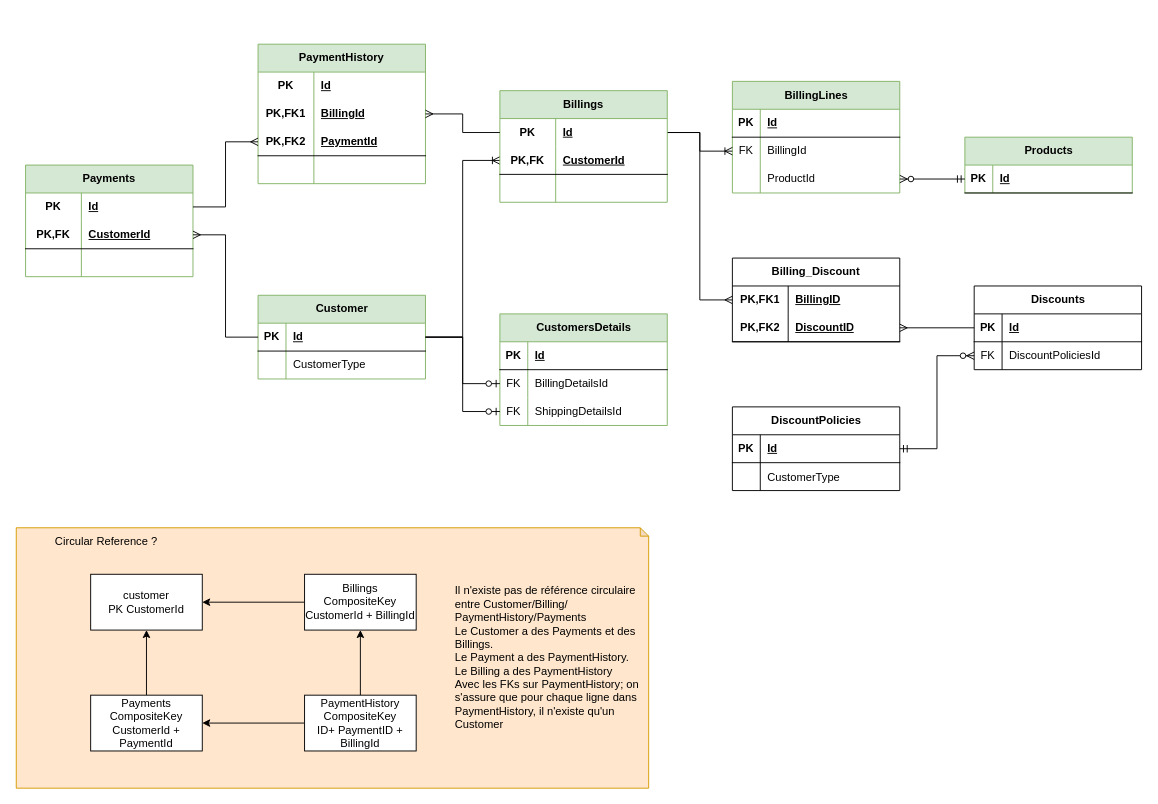
The draw.io diagram page "ERD" (2 of 7) of src/Diagrammes.drawio in Scholastien/MyApp, before the edit. Source tidied: cells renumbered, new cells numbered last; positions are measured from the earlier drawing's top-left corner, leaving out a move shared by most shapes. Both pictures are drawn from the tidied source at 93%, with x=0, y=0 at pixel (16, 44).
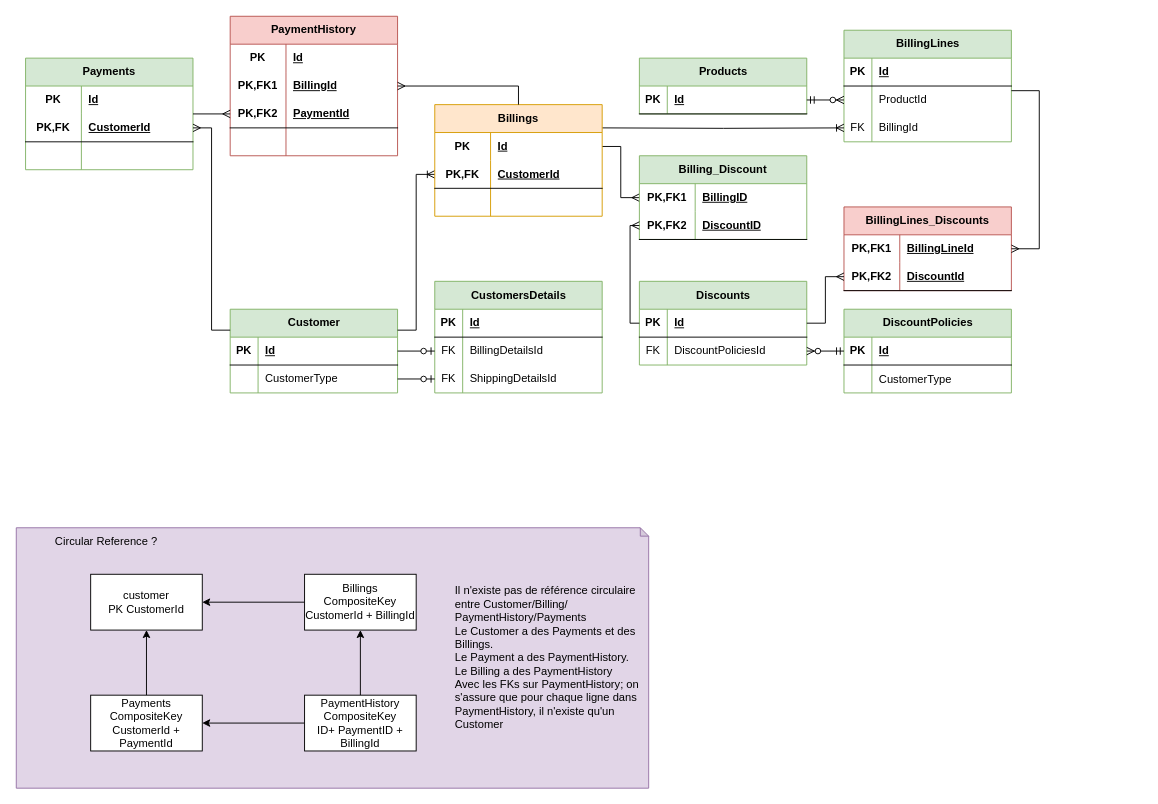
The same page after the edit.

The change refers to these unchanged cells:
```xml
<mxCell id="4" style="shape=tableRow;horizontal=0;startSize=0;swimlaneHead=0;swimlaneBody=0;fillColor=none;points=[[0,0.5],[1,0.5]];portConstraint=eastwest;top=0;left=0;right=0;bottom=1;" parent="3" vertex="1">
  <mxGeometry y="30" width="180" height="30" as="geometry" />
</mxCell>
<mxCell id="7" style="shape=tableRow;horizontal=0;startSize=0;swimlaneHead=0;swimlaneBody=0;fillColor=none;points=[[0,0.5],[1,0.5]];portConstraint=eastwest;top=0;left=0;right=0;bottom=0;" parent="3" vertex="1">
  <mxGeometry y="60" width="180" height="30" as="geometry" />
</mxCell>
<mxCell id="17" style="shape=tableRow;horizontal=0;startSize=0;swimlaneHead=0;swimlaneBody=0;fillColor=none;points=[[0,0.5],[1,0.5]];portConstraint=eastwest;top=0;left=0;right=0;bottom=0;" parent="10" vertex="1">
  <mxGeometry y="90" width="180" height="30" as="geometry" />
</mxCell>
<mxCell id="39" style="shape=tableRow;horizontal=0;startSize=0;swimlaneHead=0;swimlaneBody=0;fillColor=none;points=[[0,0.5],[1,0.5]];portConstraint=eastwest;top=0;left=0;right=0;bottom=1;" parent="38" vertex="1">
  <mxGeometry y="30" width="180" height="30" as="geometry" />
</mxCell>
<mxCell id="58" style="shape=tableRow;horizontal=0;startSize=0;swimlaneHead=0;swimlaneBody=0;fillColor=none;points=[[0,0.5],[1,0.5]];portConstraint=eastwest;top=0;left=0;right=0;bottom=1;html=1;" parent="54" vertex="1">
  <mxGeometry y="60" width="180" height="30" as="geometry" />
</mxCell>
<mxCell id="74" style="shape=tableRow;horizontal=0;startSize=0;swimlaneHead=0;swimlaneBody=0;fillColor=none;points=[[0,0.5],[1,0.5]];portConstraint=eastwest;top=0;left=0;right=0;bottom=0;html=1;" parent="73" vertex="1">
  <mxGeometry y="30" width="180" height="30" as="geometry" />
</mxCell>
<mxCell id="77" style="shape=tableRow;horizontal=0;startSize=0;swimlaneHead=0;swimlaneBody=0;fillColor=none;points=[[0,0.5],[1,0.5]];portConstraint=eastwest;top=0;left=0;right=0;bottom=1;html=1;" parent="73" vertex="1">
  <mxGeometry y="60" width="180" height="30" as="geometry" />
</mxCell>
<mxCell id="87" style="shape=tableRow;horizontal=0;startSize=0;swimlaneHead=0;swimlaneBody=0;fillColor=none;points=[[0,0.5],[1,0.5]];portConstraint=eastwest;top=0;left=0;right=0;bottom=0;html=1;" parent="83" vertex="1">
  <mxGeometry y="60" width="180" height="30" as="geometry" />
</mxCell>
<mxCell id="90" style="shape=tableRow;horizontal=0;startSize=0;swimlaneHead=0;swimlaneBody=0;fillColor=none;points=[[0,0.5],[1,0.5]];portConstraint=eastwest;top=0;left=0;right=0;bottom=1;html=1;" parent="83" vertex="1">
  <mxGeometry y="90" width="180" height="30" as="geometry" />
</mxCell>
<mxCell id="97" style="shape=tableRow;horizontal=0;startSize=0;swimlaneHead=0;swimlaneBody=0;fillColor=none;points=[[0,0.5],[1,0.5]];portConstraint=eastwest;top=0;left=0;right=0;bottom=0;html=1;" parent="96" vertex="1">
  <mxGeometry y="30" width="180" height="30" as="geometry" />
</mxCell>
<mxCell id="100" style="shape=tableRow;horizontal=0;startSize=0;swimlaneHead=0;swimlaneBody=0;fillColor=none;points=[[0,0.5],[1,0.5]];portConstraint=eastwest;top=0;left=0;right=0;bottom=1;html=1;" parent="96" vertex="1">
  <mxGeometry y="60" width="180" height="30" as="geometry" />
</mxCell>
```

What changed in the source:
```diff
@@
-    <mxCell id="2" style="shape=note;whiteSpace=wrap;html=1;backgroundOutline=1;darkOpacity=0.05;size=9;align=left;fillColor=#ffe6cc;strokeColor=#d79b00;" parent="1" vertex="1">
+    <mxCell id="2" style="shape=note;whiteSpace=wrap;html=1;backgroundOutline=1;darkOpacity=0.05;size=9;align=left;fillColor=#e1d5e7;strokeColor=#9673a6;" parent="1" vertex="1">
       <mxGeometry y="520" width="680" height="280" as="geometry" />
     </mxCell>
     <mxCell id="3" value="Customer" style="shape=table;startSize=30;childLayout=tableLayout;rowLines=0;fontStyle=1;align=center;html=1;fillColor=#d5e8d4;strokeColor=#82b366;" parent="1" vertex="1">
-      <mxGeometry x="260" y="270" width="180" height="90" as="geometry" />
+      <mxGeometry x="230" y="285" width="180" height="90" as="geometry" />
     </mxCell>
@@
     <mxCell id="10" value="CustomersDetails" style="shape=table;startSize=30;childLayout=tableLayout;rowLines=0;fontStyle=1;align=center;html=1;fillColor=#d5e8d4;strokeColor=#82b366;" parent="1" vertex="1">
-      <mxGeometry x="520" y="290" width="180" height="120" as="geometry" />
+      <mxGeometry x="450" y="255" width="180" height="120" as="geometry" />
     </mxCell>
@@
-    <mxCell id="21" style="edgeStyle=orthogonalEdgeStyle;fontSize=12;html=1;endArrow=ERzeroToOne;endFill=1;rounded=0;entryX=0;entryY=0.5;entryDx=0;entryDy=0;exitX=1;exitY=0.5;exitDx=0;exitDy=0;" parent="1" edge="1" source="4" target="17">
+    <mxCell id="21" style="edgeStyle=orthogonalEdgeStyle;fontSize=12;html=1;endArrow=ERzeroToOne;endFill=1;rounded=0;entryX=0;entryY=0.5;entryDx=0;entryDy=0;exitX=1;exitY=0.5;exitDx=0;exitDy=0;" parent="1" edge="1" source="7" target="17">
       <mxGeometry relative="1" as="geometry" />
     </mxCell>
-    <mxCell id="22" style="edgeStyle=orthogonalEdgeStyle;fontSize=12;html=1;endArrow=ERoneToMany;rounded=0;exitX=1;exitY=0.5;exitDx=0;exitDy=0;elbow=vertical;" parent="1" edge="1" source="4" target="77">
+    <mxCell id="22" style="fontSize=12;html=1;endArrow=ERoneToMany;rounded=0;elbow=vertical;entryX=0;entryY=0.5;entryDx=0;entryDy=0;edgeStyle=orthogonalEdgeStyle;exitX=1;exitY=0.25;exitDx=0;exitDy=0;" parent="1" edge="1" source="3" target="77">
       <mxGeometry relative="1" as="geometry" />
     </mxCell>
     <mxCell id="23" value="BillingLines" style="shape=table;startSize=30;childLayout=tableLayout;rowLines=0;fontStyle=1;align=center;html=1;fillColor=#d5e8d4;strokeColor=#82b366;" parent="1" vertex="1">
-      <mxGeometry x="770" y="40" width="180" height="120" as="geometry" />
+      <mxGeometry x="890" y="-15" width="180" height="120" as="geometry" />
     </mxCell>
@@
+    <mxCell id="30" style="shape=tableRow;horizontal=0;startSize=0;swimlaneHead=0;swimlaneBody=0;fillColor=none;points=[[0,0.5],[1,0.5]];portConstraint=eastwest;top=0;left=0;right=0;bottom=0;" parent="23" vertex="1">
+      <mxGeometry y="60" width="180" height="30" as="geometry" />
+    </mxCell>
+    <mxCell id="31" style="shape=partialRectangle;fillColor=none;top=0;left=0;bottom=0;right=0;overflow=hidden;whiteSpace=wrap;html=1;" parent="30" vertex="1">
+      <mxGeometry width="30" height="30" as="geometry" />
+    </mxCell>
+    <mxCell id="32" value="ProductId" style="shape=partialRectangle;fillColor=none;top=0;left=0;bottom=0;right=0;align=left;spacingLeft=6;overflow=hidden;whiteSpace=wrap;html=1;" parent="30" vertex="1">
+      <mxGeometry x="30" width="150" height="30" as="geometry" />
+    </mxCell>
     <mxCell id="27" style="shape=tableRow;horizontal=0;startSize=0;swimlaneHead=0;swimlaneBody=0;fillColor=none;points=[[0,0.5],[1,0.5]];portConstraint=eastwest;top=0;left=0;right=0;bottom=0;" parent="23" vertex="1">
-      <mxGeometry y="60" width="180" height="30" as="geometry" />
+      <mxGeometry y="90" width="180" height="30" as="geometry" />
     </mxCell>
@@
-    <mxCell id="30" style="shape=tableRow;horizontal=0;startSize=0;swimlaneHead=0;swimlaneBody=0;fillColor=none;points=[[0,0.5],[1,0.5]];portConstraint=eastwest;top=0;left=0;right=0;bottom=0;" parent="23" vertex="1">
-      <mxGeometry y="90" width="180" height="30" as="geometry" />
-    </mxCell>
-    <mxCell id="31" style="shape=partialRectangle;fillColor=none;top=0;left=0;bottom=0;right=0;overflow=hidden;whiteSpace=wrap;html=1;" parent="30" vertex="1">
-      <mxGeometry width="30" height="30" as="geometry" />
-    </mxCell>
-    <mxCell id="32" value="ProductId" style="shape=partialRectangle;fillColor=none;top=0;left=0;bottom=0;right=0;align=left;spacingLeft=6;overflow=hidden;whiteSpace=wrap;html=1;" parent="30" vertex="1">
-      <mxGeometry x="30" width="150" height="30" as="geometry" />
-    </mxCell>
     <mxCell id="33" value="Products" style="shape=table;startSize=30;childLayout=tableLayout;rowLines=0;fontStyle=1;align=center;html=1;fillColor=#d5e8d4;strokeColor=#82b366;" parent="1" vertex="1">
-      <mxGeometry x="1020" y="100" width="180" height="60" as="geometry" />
+      <mxGeometry x="670" y="15" width="180" height="60" as="geometry" />
     </mxCell>
@@
-    <mxCell id="38" value="Discounts" style="shape=table;startSize=30;childLayout=tableLayout;rowLines=0;fontStyle=1;align=center;html=1;" parent="1" vertex="1">
-      <mxGeometry x="1030" y="260" width="180" height="90" as="geometry" />
+    <mxCell id="38" value="Discounts" style="shape=table;startSize=30;childLayout=tableLayout;rowLines=0;fontStyle=1;align=center;html=1;fillColor=#d5e8d4;strokeColor=#82b366;" parent="1" vertex="1">
+      <mxGeometry x="670" y="255" width="180" height="90" as="geometry" />
     </mxCell>
@@
-    <mxCell id="45" value="DiscountPolicies" style="shape=table;startSize=30;childLayout=tableLayout;rowLines=0;fontStyle=1;align=center;html=1;" parent="1" vertex="1">
-      <mxGeometry x="770" y="390" width="180" height="90" as="geometry" />
+    <mxCell id="45" value="DiscountPolicies" style="shape=table;startSize=30;childLayout=tableLayout;rowLines=0;fontStyle=1;align=center;html=1;fillColor=#d5e8d4;strokeColor=#82b366;" parent="1" vertex="1">
+      <mxGeometry x="890" y="285" width="180" height="90" as="geometry" />
     </mxCell>
@@
-    <mxCell id="54" value="Billing_Discount" style="shape=table;startSize=30;childLayout=tableLayout;rowLines=0;fontStyle=1;align=center;html=1;whiteSpace=wrap;" parent="1" vertex="1">
-      <mxGeometry x="770" y="230" width="180" height="90" as="geometry" />
+    <mxCell id="54" value="Billing_Discount" style="shape=table;startSize=30;childLayout=tableLayout;rowLines=0;fontStyle=1;align=center;html=1;whiteSpace=wrap;fillColor=#d5e8d4;strokeColor=#82b366;" parent="1" vertex="1">
+      <mxGeometry x="670" y="120" width="180" height="90" as="geometry" />
     </mxCell>
@@
-    <mxCell id="61" style="edgeStyle=orthogonalEdgeStyle;fontSize=12;html=1;endArrow=ERmany;rounded=0;" parent="1" edge="1" source="39" target="58">
+    <mxCell id="61" style="edgeStyle=orthogonalEdgeStyle;fontSize=12;html=1;endArrow=ERmany;rounded=0;entryX=0;entryY=0.5;entryDx=0;entryDy=0;" parent="1" edge="1" source="39" target="58">
       <mxGeometry relative="1" as="geometry" />
     </mxCell>
-    <mxCell id="62" style="edgeStyle=orthogonalEdgeStyle;fontSize=12;html=1;endArrow=ERoneToMany;rounded=0;" parent="1" edge="1" source="74" target="27">
-      <mxGeometry relative="1" as="geometry" />
+    <mxCell id="62" style="edgeStyle=orthogonalEdgeStyle;fontSize=12;html=1;endArrow=ERoneToMany;rounded=0;" parent="1" edge="1" target="27">
+      <mxGeometry relative="1" as="geometry">
+        <mxPoint x="630" y="90" as="sourcePoint" />
+      </mxGeometry>
     </mxCell>
@@
-    <mxCell id="73" value="Billings" style="shape=table;startSize=30;childLayout=tableLayout;rowLines=0;fontStyle=1;align=center;html=1;whiteSpace=wrap;fillColor=#d5e8d4;strokeColor=#82b366;" parent="1" vertex="1">
-      <mxGeometry x="520" y="50" width="180" height="120" as="geometry" />
+    <mxCell id="73" value="Billings" style="shape=table;startSize=30;childLayout=tableLayout;rowLines=0;fontStyle=1;align=center;html=1;whiteSpace=wrap;fillColor=#ffe6cc;strokeColor=#d79b00;" parent="1" vertex="1">
+      <mxGeometry x="450" y="65" width="180" height="120" as="geometry" />
     </mxCell>
@@
-    <mxCell id="83" value="PaymentHistory" style="shape=table;startSize=30;childLayout=tableLayout;rowLines=0;fontStyle=1;align=center;html=1;whiteSpace=wrap;fillColor=#d5e8d4;strokeColor=#82b366;" parent="1" vertex="1">
-      <mxGeometry x="260" width="180" height="150" as="geometry" />
+    <mxCell id="83" value="PaymentHistory" style="shape=table;startSize=30;childLayout=tableLayout;rowLines=0;fontStyle=1;align=center;html=1;whiteSpace=wrap;fillColor=#f8cecc;strokeColor=#b85450;" parent="1" vertex="1">
+      <mxGeometry x="230" y="-30" width="180" height="150" as="geometry" />
     </mxCell>
@@
     <mxCell id="96" value="Payments" style="shape=table;startSize=30;childLayout=tableLayout;rowLines=0;fontStyle=1;align=center;html=1;whiteSpace=wrap;fillColor=#d5e8d4;strokeColor=#82b366;" parent="1" vertex="1">
-      <mxGeometry x="10" y="130" width="180" height="120" as="geometry" />
+      <mxGeometry x="10" y="15" width="180" height="120" as="geometry" />
     </mxCell>
@@
-    <mxCell id="106" style="edgeStyle=orthogonalEdgeStyle;fontSize=12;html=1;endArrow=ERmany;rounded=0;" parent="1" edge="1" source="97" target="90">
+    <mxCell id="106" style="edgeStyle=orthogonalEdgeStyle;fontSize=12;html=1;endArrow=ERmany;rounded=0;" parent="1" edge="1" source="96" target="90">
       <mxGeometry relative="1" as="geometry" />
     </mxCell>
-    <mxCell id="107" style="edgeStyle=orthogonalEdgeStyle;fontSize=12;html=1;endArrow=ERmany;rounded=0;" parent="1" edge="1" source="4" target="100">
+    <mxCell id="107" style="edgeStyle=orthogonalEdgeStyle;fontSize=12;html=1;endArrow=ERmany;rounded=0;exitX=0;exitY=0.25;exitDx=0;exitDy=0;" parent="1" edge="1" source="3" target="100">
       <mxGeometry relative="1" as="geometry" />
     </mxCell>
-    <mxCell id="108" style="edgeStyle=orthogonalEdgeStyle;fontSize=12;html=1;endArrow=ERmany;rounded=0;" parent="1" edge="1" source="74" target="87">
+    <mxCell id="108" style="edgeStyle=orthogonalEdgeStyle;fontSize=12;html=1;endArrow=ERmany;rounded=0;" parent="1" edge="1" source="73" target="87">
       <mxGeometry relative="1" as="geometry" />
     </mxCell>
+    <mxCell id="109" value="BillingLines_Discounts" style="shape=table;startSize=30;childLayout=tableLayout;rowLines=0;fontStyle=1;align=center;html=1;whiteSpace=wrap;fillColor=#f8cecc;strokeColor=#b85450;" parent="1" vertex="1">
+      <mxGeometry x="890" y="175" width="180" height="90" as="geometry" />
+    </mxCell>
+    <mxCell id="110" style="shape=tableRow;horizontal=0;startSize=0;swimlaneHead=0;swimlaneBody=0;fillColor=none;points=[[0,0.5],[1,0.5]];portConstraint=eastwest;top=0;left=0;right=0;bottom=0;html=1;" parent="109" vertex="1">
+      <mxGeometry y="30" width="180" height="30" as="geometry" />
+    </mxCell>
+    <mxCell id="111" value="PK,FK1" style="shape=partialRectangle;fillColor=none;top=0;left=0;bottom=0;right=0;fontStyle=1;overflow=hidden;html=1;whiteSpace=wrap;" parent="110" vertex="1">
+      <mxGeometry width="60" height="30" as="geometry" />
+    </mxCell>
+    <mxCell id="112" value="BillingLineId" style="shape=partialRectangle;fillColor=none;top=0;left=0;bottom=0;right=0;align=left;spacingLeft=6;fontStyle=5;overflow=hidden;html=1;whiteSpace=wrap;" parent="110" vertex="1">
+      <mxGeometry x="60" width="120" height="30" as="geometry" />
+    </mxCell>
+    <mxCell id="113" style="shape=tableRow;horizontal=0;startSize=0;swimlaneHead=0;swimlaneBody=0;fillColor=none;points=[[0,0.5],[1,0.5]];portConstraint=eastwest;top=0;left=0;right=0;bottom=1;html=1;" parent="109" vertex="1">
+      <mxGeometry y="60" width="180" height="30" as="geometry" />
+    </mxCell>
+    <mxCell id="114" value="PK,FK2" style="shape=partialRectangle;fillColor=none;top=0;left=0;bottom=0;right=0;fontStyle=1;overflow=hidden;html=1;whiteSpace=wrap;" parent="113" vertex="1">
+      <mxGeometry width="60" height="30" as="geometry" />
+    </mxCell>
+    <mxCell id="115" value="DiscountId" style="shape=partialRectangle;fillColor=none;top=0;left=0;bottom=0;right=0;align=left;spacingLeft=6;fontStyle=5;overflow=hidden;html=1;whiteSpace=wrap;" parent="113" vertex="1">
+      <mxGeometry x="60" width="120" height="30" as="geometry" />
+    </mxCell>
+    <mxCell id="116" style="edgeStyle=orthogonalEdgeStyle;fontSize=12;html=1;endArrow=ERmany;rounded=0;" parent="1" edge="1" source="39" target="113">
+      <mxGeometry relative="1" as="geometry" />
+    </mxCell>
+    <mxCell id="117" style="edgeStyle=orthogonalEdgeStyle;fontSize=12;html=1;endArrow=ERmany;rounded=0;" parent="1" edge="1" source="23" target="110">
+      <mxGeometry relative="1" as="geometry">
+        <Array as="points">
+          <mxPoint x="1100" y="50" />
+          <mxPoint x="1100" y="220" />
+        </Array>
+      </mxGeometry>
+    </mxCell>
```
